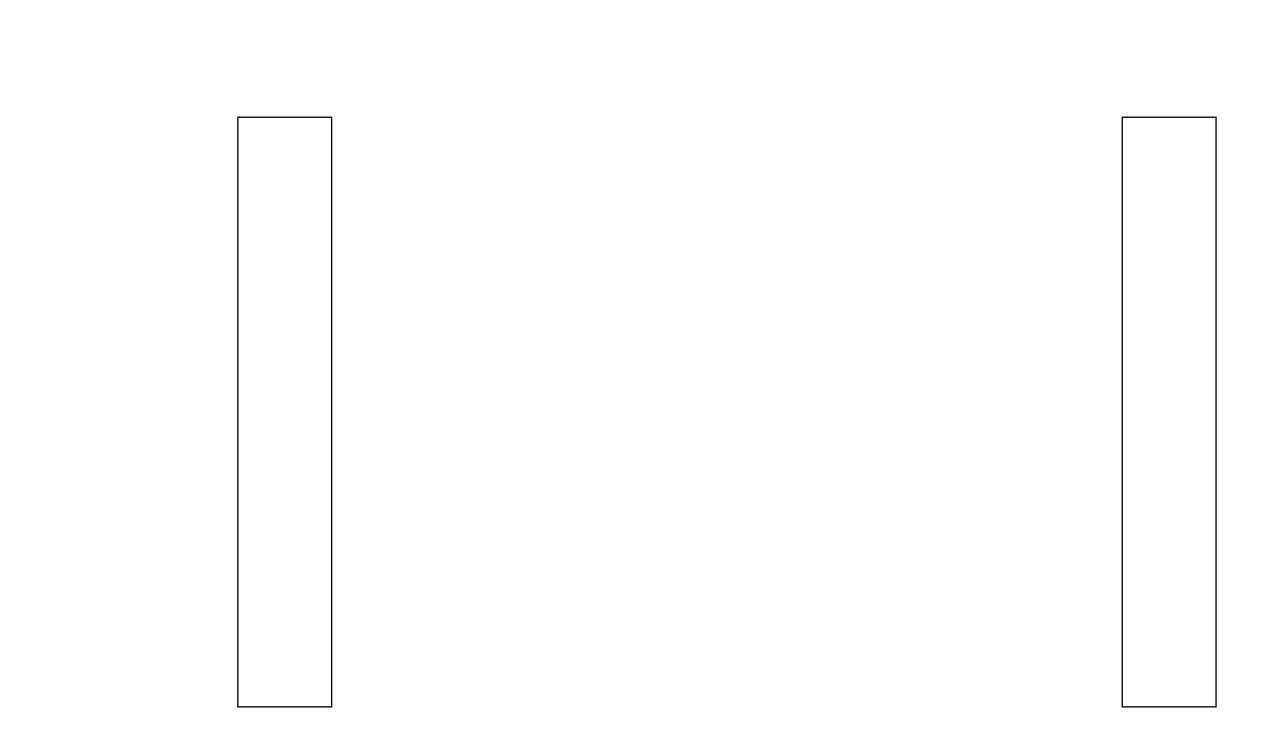
The draw.io diagram Diagrams/Authentication.drawio in atheeswaran/VehicleAPIPlatform, before the edit. Source tidied: cells renumbered, new cells numbered last; positions are measured from the earlier drawing's top-left corner, leaving out a move shared by most shapes. Both pictures are drawn from the tidied source at 134%, with x=0, y=0 at pixel (237, 117).
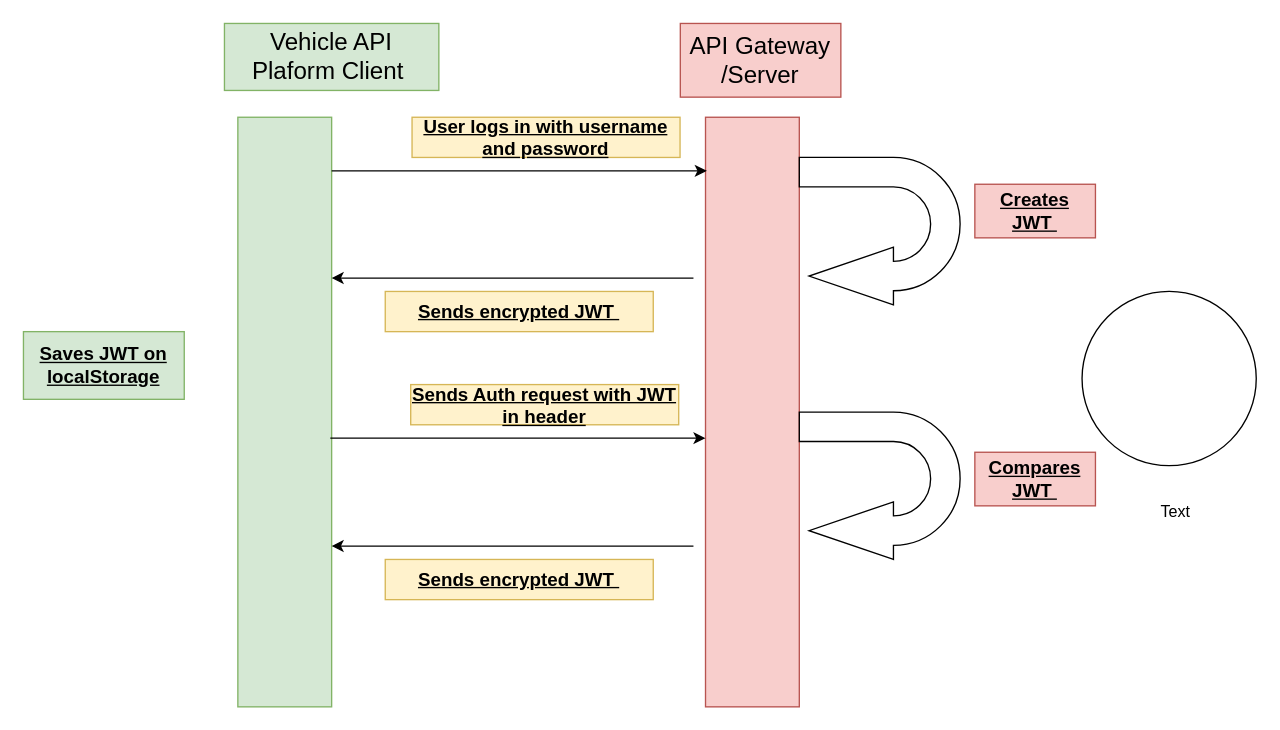
After the change.

Change to the diagram source:
```diff
@@
-    <mxCell id="2" style="html=1;points=[[0,0,0,0,5],[0,1,0,0,-5],[1,0,0,0,5],[1,1,0,0,-5]];perimeter=orthogonalPerimeter;outlineConnect=0;targetShapes=umlLifeline;portConstraint=eastwest;newEdgeStyle={&quot;curved&quot;:0,&quot;rounded&quot;:0};" parent="1" vertex="1">
+    <mxCell id="2" style="html=1;points=[[0,0,0,0,5],[0,1,0,0,-5],[1,0,0,0,5],[1,1,0,0,-5]];perimeter=orthogonalPerimeter;outlineConnect=0;targetShapes=umlLifeline;portConstraint=eastwest;newEdgeStyle={&quot;curved&quot;:0,&quot;rounded&quot;:0};fillColor=#d5e8d4;strokeColor=#82b366;" parent="1" vertex="1">
       <mxGeometry width="70" height="440" as="geometry" />
     </mxCell>
-    <mxCell id="3" style="html=1;perimeter=orthogonalPerimeter;targetShapes=umlLifeline;newEdgeStyle={&quot;curved&quot;:0,&quot;rounded&quot;:0};" parent="1" vertex="1">
-      <mxGeometry x="660" width="70" height="440" as="geometry" />
+    <mxCell id="3" style="html=1;perimeter=orthogonalPerimeter;targetShapes=umlLifeline;newEdgeStyle={&quot;curved&quot;:0,&quot;rounded&quot;:0};fillColor=#f8cecc;strokeColor=#b85450;" parent="1" vertex="1">
+      <mxGeometry x="349" width="70" height="440" as="geometry" />
     </mxCell>
+    <mxCell id="4" value="&lt;font style=&quot;font-size: 18px;&quot;&gt;Vehicle API Plaform Client&amp;nbsp;&lt;/font&gt;" style="text;html=1;align=center;verticalAlign=middle;whiteSpace=wrap;rounded=0;fillColor=#d5e8d4;strokeColor=#82b366;" parent="1" vertex="1">
+      <mxGeometry x="-10" y="-70" width="160" height="50" as="geometry" />
+    </mxCell>
+    <mxCell id="5" value="&lt;font style=&quot;font-size: 18px;&quot;&gt;API Gateway /Server&lt;/font&gt;" style="text;html=1;align=center;verticalAlign=middle;whiteSpace=wrap;rounded=0;fillColor=#f8cecc;strokeColor=#b85450;" parent="1" vertex="1">
+      <mxGeometry x="330.2" y="-70" width="119.8" height="55" as="geometry" />
+    </mxCell>
+    <mxCell id="6" style="ellipse;whiteSpace=wrap;html=1;" parent="1" vertex="1">
+      <mxGeometry x="630" y="130" width="130" height="130" as="geometry" />
+    </mxCell>
+    <mxCell id="7" value="Text" style="text;html=1;align=center;verticalAlign=middle;whiteSpace=wrap;rounded=0;" parent="1" vertex="1">
+      <mxGeometry x="670" y="280" width="60" height="30" as="geometry" />
+    </mxCell>
+    <mxCell id="8" style="endArrow=classic;html=1;rounded=0;" parent="1" edge="1">
+      <mxGeometry relative="1" as="geometry">
+        <mxPoint x="70" y="40" as="sourcePoint" />
+        <mxPoint x="350" y="40" as="targetPoint" />
+      </mxGeometry>
+    </mxCell>
+    <mxCell id="9" value="&lt;font style=&quot;font-size: 14px;&quot;&gt;&lt;b&gt;&lt;u&gt;User logs in with username and password&lt;/u&gt;&lt;/b&gt;&lt;/font&gt;" style="text;html=1;align=center;verticalAlign=middle;whiteSpace=wrap;rounded=0;fillColor=#fff2cc;strokeColor=#d6b656;" parent="1" vertex="1">
+      <mxGeometry x="130" width="200" height="30" as="geometry" />
+    </mxCell>
+    <mxCell id="10" style="html=1;shadow=0;dashed=0;align=center;verticalAlign=middle;shape=mxgraph.arrows2.uTurnArrow;dy=11;arrowHead=43;dx2=62.97;rotation=-180;" parent="1" vertex="1">
+      <mxGeometry x="419" y="30" width="120" height="110" as="geometry" />
+    </mxCell>
+    <mxCell id="11" value="&lt;span style=&quot;font-size: 14px;&quot;&gt;&lt;b&gt;&lt;u&gt;Creates JWT&amp;nbsp;&lt;/u&gt;&lt;/b&gt;&lt;/span&gt;" style="text;html=1;align=center;verticalAlign=middle;whiteSpace=wrap;rounded=0;fillColor=#f8cecc;strokeColor=#b85450;" parent="1" vertex="1">
+      <mxGeometry x="550" y="50" width="90" height="40" as="geometry" />
+    </mxCell>
+    <mxCell id="12" style="endArrow=classic;html=1;rounded=0;" parent="1" edge="1" target="2">
+      <mxGeometry relative="1" as="geometry">
+        <mxPoint x="340" y="120" as="sourcePoint" />
+      </mxGeometry>
+    </mxCell>
+    <mxCell id="13" value="&lt;span style=&quot;font-size: 14px;&quot;&gt;&lt;b&gt;&lt;u&gt;Sends encrypted JWT&amp;nbsp;&lt;/u&gt;&lt;/b&gt;&lt;/span&gt;" style="text;html=1;align=center;verticalAlign=middle;whiteSpace=wrap;rounded=0;fillColor=#fff2cc;strokeColor=#d6b656;" parent="1" vertex="1">
+      <mxGeometry x="110" y="130" width="200" height="30" as="geometry" />
+    </mxCell>
+    <mxCell id="14" style="endArrow=classic;html=1;rounded=0;" parent="1" edge="1">
+      <mxGeometry relative="1" as="geometry">
+        <mxPoint x="340" y="320" as="sourcePoint" />
+        <mxPoint x="70" y="320" as="targetPoint" />
+      </mxGeometry>
+    </mxCell>
+    <mxCell id="15" value="&lt;span style=&quot;font-size: 14px;&quot;&gt;&lt;b&gt;&lt;u&gt;Sends encrypted JWT&amp;nbsp;&lt;/u&gt;&lt;/b&gt;&lt;/span&gt;" style="text;html=1;align=center;verticalAlign=middle;whiteSpace=wrap;rounded=0;fillColor=#fff2cc;strokeColor=#d6b656;" parent="1" vertex="1">
+      <mxGeometry x="110" y="330" width="200" height="30" as="geometry" />
+    </mxCell>
+    <mxCell id="16" style="endArrow=classic;html=1;rounded=0;" parent="1" edge="1">
+      <mxGeometry relative="1" as="geometry">
+        <mxPoint x="69" y="239.5" as="sourcePoint" />
+        <mxPoint x="349" y="239.5" as="targetPoint" />
+      </mxGeometry>
+    </mxCell>
+    <mxCell id="17" value="&lt;font style=&quot;font-size: 14px;&quot;&gt;&lt;b&gt;&lt;u&gt;Sends Auth request with JWT in header&lt;/u&gt;&lt;/b&gt;&lt;/font&gt;" style="text;html=1;align=center;verticalAlign=middle;whiteSpace=wrap;rounded=0;fillColor=#fff2cc;strokeColor=#d6b656;" parent="1" vertex="1">
+      <mxGeometry x="129" y="199.5" width="200" height="30" as="geometry" />
+    </mxCell>
+    <mxCell id="18" value="&lt;span style=&quot;font-size: 14px;&quot;&gt;&lt;b&gt;&lt;u&gt;Saves JWT on localStorage&lt;/u&gt;&lt;/b&gt;&lt;/span&gt;" style="text;html=1;align=center;verticalAlign=middle;whiteSpace=wrap;rounded=0;fillColor=#d5e8d4;strokeColor=#82b366;" parent="1" vertex="1">
+      <mxGeometry x="-160" y="160" width="120" height="50.5" as="geometry" />
+    </mxCell>
+    <mxCell id="19" style="html=1;shadow=0;dashed=0;align=center;verticalAlign=middle;shape=mxgraph.arrows2.uTurnArrow;dy=11;arrowHead=43;dx2=62.97;rotation=-180;" parent="1" vertex="1">
+      <mxGeometry x="419" y="220" width="120" height="110" as="geometry" />
+    </mxCell>
+    <mxCell id="20" value="&lt;span style=&quot;font-size: 14px;&quot;&gt;&lt;b&gt;&lt;u&gt;Compares JWT&amp;nbsp;&lt;/u&gt;&lt;/b&gt;&lt;/span&gt;" style="text;html=1;align=center;verticalAlign=middle;whiteSpace=wrap;rounded=0;fillColor=#f8cecc;strokeColor=#b85450;" parent="1" vertex="1">
+      <mxGeometry x="550" y="250" width="90" height="40" as="geometry" />
+    </mxCell>
```
